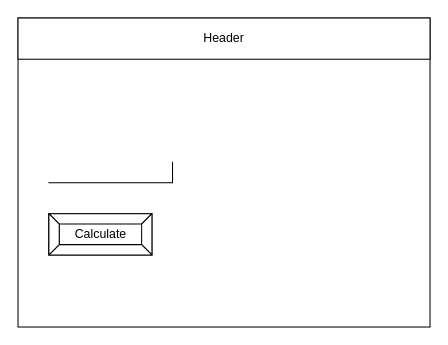
Above: design/story-board.drawio in Liya-Getachew/ICS2O-Unit5-03-JS (draw.io), before the change. Source tidied: cells renumbered, new cells numbered last; positions are measured from the earlier drawing's top-left corner, leaving out a move shared by most shapes. Both pictures are drawn from the tidied source at 103%, with x=0, y=0 at pixel (18, 18).
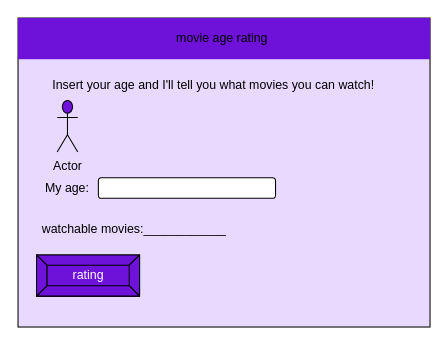
Above is the later version.

Commit message (it also covers changes not shown here):
chart and board

Change to the diagram source:
```diff
@@
 <mxGraphModel>
   <root>
     <mxCell id="0" />
     <mxCell id="1" parent="0" />
-    <mxCell id="2" style="rounded=0;whiteSpace=wrap;html=1;" parent="1" vertex="1">
+    <mxCell id="2" style="rounded=0;whiteSpace=wrap;html=1;fillColor=#E8D9FF;" parent="1" vertex="1">
       <mxGeometry width="400" height="300" as="geometry" />
     </mxCell>
-    <mxCell id="3" value="Header" style="rounded=0;whiteSpace=wrap;html=1;" parent="1" vertex="1">
+    <mxCell id="3" value="movie age rating&amp;nbsp;" style="rounded=0;whiteSpace=wrap;html=1;fillColor=#6E11D9;strokeColor=none;" parent="1" vertex="1">
       <mxGeometry width="400" height="40" as="geometry" />
     </mxCell>
-    <mxCell id="4" style="shape=partialRectangle;whiteSpace=wrap;html=1;top=0;left=0;fillColor=none;" parent="1" vertex="1">
-      <mxGeometry x="30" y="140" width="120" height="20" as="geometry" />
-    </mxCell>
-    <mxCell id="5" value="Calculate" style="labelPosition=center;verticalLabelPosition=middle;align=center;html=1;shape=mxgraph.basic.button;dx=10;" parent="1" vertex="1">
-      <mxGeometry x="30" y="190" width="100" height="40" as="geometry" />
+    <mxCell id="5" value="rating" style="labelPosition=center;verticalLabelPosition=middle;align=center;html=1;shape=mxgraph.basic.button;dx=10;fillColor=#6E11D9;fontColor=#ffffff;strokeColor=#000000;" parent="1" vertex="1">
+      <mxGeometry x="18" y="230" width="100" height="40" as="geometry" />
     </mxCell>
+    <mxCell id="6" value="&lt;font color=&quot;#000000&quot;&gt;Insert your age and I'll tell you what movies you can watch!&lt;/font&gt;" style="text;html=1;strokeColor=none;fillColor=none;align=center;verticalAlign=middle;whiteSpace=wrap;rounded=0;" parent="1" vertex="1">
+      <mxGeometry x="20" y="50" width="340" height="30" as="geometry" />
+    </mxCell>
+    <mxCell id="7" value="My age:" style="text;html=1;strokeColor=none;fillColor=none;align=center;verticalAlign=middle;whiteSpace=wrap;rounded=0;fontColor=#000000;" parent="1" vertex="1">
+      <mxGeometry x="18" y="150" width="60" height="30" as="geometry" />
+    </mxCell>
+    <mxCell id="8" style="rounded=1;whiteSpace=wrap;html=1;fontColor=#000000;fillColor=#FFFFFF;strokeColor=#000000;" parent="1" vertex="1">
+      <mxGeometry x="78" y="155" width="172" height="20" as="geometry" />
+    </mxCell>
+    <mxCell id="9" value="watchable movies:____________" style="text;html=1;strokeColor=none;fillColor=none;align=center;verticalAlign=middle;whiteSpace=wrap;rounded=0;fontColor=#000000;" parent="1" vertex="1">
+      <mxGeometry x="18" y="190" width="190" height="30" as="geometry" />
+    </mxCell>
+    <mxCell id="10" value="Actor" style="shape=umlActor;verticalLabelPosition=bottom;verticalAlign=top;html=1;fontColor=#000000;strokeColor=#000000;fillColor=#6E11D9;" parent="1" vertex="1">
+      <mxGeometry x="38" y="80" width="20" height="50" as="geometry" />
+    </mxCell>
   </root>
 </mxGraphModel>
```
